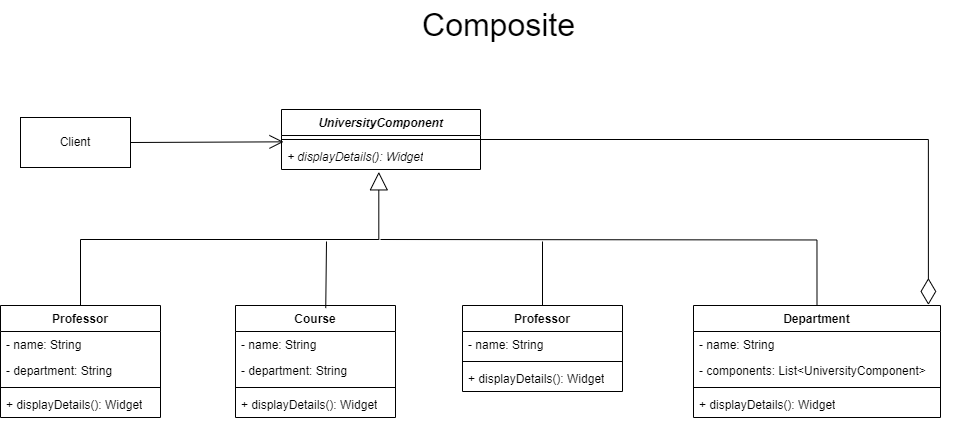
The draw.io diagram diagram.drawio.png in xiangxiang3451/OOAP_02, before a commit. Source tidied: cells renumbered, new cells last; positions are measured from the earlier drawing's top-left corner, leaving out a move shared by most shapes. The source it was exported from:
```xml
<mxGraphModel>
  <root>
    <mxCell id="0" />
    <mxCell id="1" parent="0" />
    <mxCell id="2" value="&lt;i&gt;UniversityComponent&lt;/i&gt;" style="swimlane;fontStyle=1;align=center;verticalAlign=top;horizontal=1;startSize=26;whiteSpace=wrap;html=1;" parent="1" vertex="1">
      <mxGeometry x="281" y="109" width="199" height="60" as="geometry" />
    </mxCell>
    <mxCell id="3" style="line;strokeWidth=1;fillColor=none;align=left;verticalAlign=middle;spacingTop=-1;spacingLeft=3;spacingRight=3;labelPosition=right;strokeColor=inherit;" parent="2" vertex="1">
      <mxGeometry y="26" width="199" height="8" as="geometry" />
    </mxCell>
    <mxCell id="4" value="&lt;i&gt;+ displayDetails(): Widget&lt;/i&gt;" style="text;strokeColor=none;fillColor=none;align=left;verticalAlign=top;spacingLeft=4;spacingRight=4;overflow=hidden;points=[[0,0.5],[1,0.5]];portConstraint=eastwest;whiteSpace=wrap;html=1;" parent="2" vertex="1">
      <mxGeometry y="34" width="199" height="26" as="geometry" />
    </mxCell>
    <mxCell id="5" value="Client" style="html=1;whiteSpace=wrap;" parent="1" vertex="1">
      <mxGeometry x="20" y="117" width="110" height="50" as="geometry" />
    </mxCell>
    <mxCell id="6" style="endArrow=open;endFill=1;endSize=12;html=1;rounded=0;fontSize=12;curved=1;entryX=0.01;entryY=-0.064;entryDx=0;entryDy=0;entryPerimeter=0;exitX=1;exitY=0.5;exitDx=0;exitDy=0;" parent="1" edge="1" source="5" target="4">
      <mxGeometry relative="1" as="geometry" />
    </mxCell>
    <mxCell id="7" value="Professor" style="swimlane;fontStyle=1;align=center;verticalAlign=top;horizontal=1;startSize=26;whiteSpace=wrap;html=1;" parent="1" vertex="1">
      <mxGeometry y="305" width="160" height="112" as="geometry" />
    </mxCell>
    <mxCell id="8" value="- name: String" style="text;strokeColor=none;fillColor=none;align=left;verticalAlign=top;spacingLeft=4;spacingRight=4;overflow=hidden;whiteSpace=wrap;html=1;" parent="7" vertex="1">
      <mxGeometry y="26" width="160" height="26" as="geometry" />
    </mxCell>
    <mxCell id="9" value="- department: String" style="text;strokeColor=none;fillColor=none;align=left;verticalAlign=top;spacingLeft=4;spacingRight=4;overflow=hidden;whiteSpace=wrap;html=1;" parent="7" vertex="1">
      <mxGeometry y="52" width="160" height="26" as="geometry" />
    </mxCell>
    <mxCell id="10" style="line;strokeWidth=1;fillColor=none;align=left;verticalAlign=middle;spacingTop=-1;spacingLeft=3;spacingRight=3;labelPosition=right;strokeColor=inherit;" parent="7" vertex="1">
      <mxGeometry y="78" width="160" height="8" as="geometry" />
    </mxCell>
    <mxCell id="11" value="+ displayDetails(): Widget" style="text;strokeColor=none;fillColor=none;align=left;verticalAlign=top;spacingLeft=4;spacingRight=4;overflow=hidden;whiteSpace=wrap;html=1;" parent="7" vertex="1">
      <mxGeometry y="86" width="160" height="26" as="geometry" />
    </mxCell>
    <mxCell id="12" value="Course" style="swimlane;fontStyle=1;align=center;verticalAlign=top;horizontal=1;startSize=26;whiteSpace=wrap;html=1;" parent="1" vertex="1">
      <mxGeometry x="235" y="305" width="160" height="112" as="geometry" />
    </mxCell>
    <mxCell id="13" value="- name: String" style="text;strokeColor=none;fillColor=none;align=left;verticalAlign=top;spacingLeft=4;spacingRight=4;overflow=hidden;whiteSpace=wrap;html=1;" parent="12" vertex="1">
      <mxGeometry y="26" width="160" height="26" as="geometry" />
    </mxCell>
    <mxCell id="14" value="- department: String" style="text;strokeColor=none;fillColor=none;align=left;verticalAlign=top;spacingLeft=4;spacingRight=4;overflow=hidden;whiteSpace=wrap;html=1;" parent="12" vertex="1">
      <mxGeometry y="52" width="160" height="26" as="geometry" />
    </mxCell>
    <mxCell id="15" style="line;strokeWidth=1;fillColor=none;align=left;verticalAlign=middle;spacingTop=-1;spacingLeft=3;spacingRight=3;labelPosition=right;strokeColor=inherit;" parent="12" vertex="1">
      <mxGeometry y="78" width="160" height="8" as="geometry" />
    </mxCell>
    <mxCell id="16" value="+ displayDetails(): Widget" style="text;strokeColor=none;fillColor=none;align=left;verticalAlign=top;spacingLeft=4;spacingRight=4;overflow=hidden;whiteSpace=wrap;html=1;" parent="12" vertex="1">
      <mxGeometry y="86" width="160" height="26" as="geometry" />
    </mxCell>
    <mxCell id="17" value="Professor" style="swimlane;fontStyle=1;align=center;verticalAlign=top;horizontal=1;startSize=26;whiteSpace=wrap;html=1;" parent="1" vertex="1">
      <mxGeometry x="462" y="305" width="160" height="86" as="geometry" />
    </mxCell>
    <mxCell id="18" value="- name: String" style="text;strokeColor=none;fillColor=none;align=left;verticalAlign=top;spacingLeft=4;spacingRight=4;overflow=hidden;whiteSpace=wrap;html=1;" parent="17" vertex="1">
      <mxGeometry y="26" width="160" height="26" as="geometry" />
    </mxCell>
    <mxCell id="19" style="line;strokeWidth=1;fillColor=none;align=left;verticalAlign=middle;spacingTop=-1;spacingLeft=3;spacingRight=3;labelPosition=right;strokeColor=inherit;" parent="17" vertex="1">
      <mxGeometry y="52" width="160" height="8" as="geometry" />
    </mxCell>
    <mxCell id="20" value="+ displayDetails(): Widget" style="text;strokeColor=none;fillColor=none;align=left;verticalAlign=top;spacingLeft=4;spacingRight=4;overflow=hidden;whiteSpace=wrap;html=1;" parent="17" vertex="1">
      <mxGeometry y="60" width="160" height="26" as="geometry" />
    </mxCell>
    <mxCell id="21" value="Department" style="swimlane;fontStyle=1;align=center;verticalAlign=top;horizontal=1;startSize=26;whiteSpace=wrap;html=1;" parent="1" vertex="1">
      <mxGeometry x="693" y="305" width="247" height="112" as="geometry" />
    </mxCell>
    <mxCell id="22" value="- name: String" style="text;strokeColor=none;fillColor=none;align=left;verticalAlign=top;spacingLeft=4;spacingRight=4;overflow=hidden;whiteSpace=wrap;html=1;" parent="21" vertex="1">
      <mxGeometry y="26" width="247" height="26" as="geometry" />
    </mxCell>
    <mxCell id="23" value="- components: List&amp;lt;UniversityComponent&amp;gt;" style="text;strokeColor=none;fillColor=none;align=left;verticalAlign=top;spacingLeft=4;spacingRight=4;overflow=hidden;whiteSpace=wrap;html=1;" parent="21" vertex="1">
      <mxGeometry y="52" width="247" height="26" as="geometry" />
    </mxCell>
    <mxCell id="24" style="line;strokeWidth=1;fillColor=none;align=left;verticalAlign=middle;spacingTop=-1;spacingLeft=3;spacingRight=3;labelPosition=right;strokeColor=inherit;" parent="21" vertex="1">
      <mxGeometry y="78" width="247" height="8" as="geometry" />
    </mxCell>
    <mxCell id="25" value="+ displayDetails(): Widget" style="text;strokeColor=none;fillColor=none;align=left;verticalAlign=top;spacingLeft=4;spacingRight=4;overflow=hidden;whiteSpace=wrap;html=1;" parent="21" vertex="1">
      <mxGeometry y="86" width="247" height="26" as="geometry" />
    </mxCell>
    <mxCell id="26" style="endArrow=block;endSize=16;endFill=0;html=1;rounded=0;fontSize=12;entryX=0.489;entryY=1.09;entryDx=0;entryDy=0;entryPerimeter=0;exitX=0.5;exitY=0;exitDx=0;exitDy=0;edgeStyle=elbowEdgeStyle;elbow=vertical;" parent="1" edge="1" source="7" target="4">
      <mxGeometry x="1" y="-157" relative="1" as="geometry">
        <Array as="points">
          <mxPoint x="335" y="239" />
          <mxPoint x="319" y="237" />
          <mxPoint x="315" y="239" />
          <mxPoint x="304" y="240" />
        </Array>
        <mxPoint x="157" y="-146" as="offset" />
      </mxGeometry>
    </mxCell>
    <mxCell id="27" style="endArrow=none;html=1;rounded=0;fontSize=12;startSize=8;endSize=8;entryX=0.5;entryY=0;entryDx=0;entryDy=0;edgeStyle=orthogonalEdgeStyle;" parent="1" edge="1" target="21">
      <mxGeometry relative="1" as="geometry">
        <mxPoint x="380" y="239" as="sourcePoint" />
      </mxGeometry>
    </mxCell>
    <mxCell id="28" style="endArrow=none;html=1;rounded=0;fontSize=12;startSize=8;endSize=8;curved=1;entryX=0.564;entryY=0.023;entryDx=0;entryDy=0;entryPerimeter=0;" parent="1" edge="1" target="12">
      <mxGeometry relative="1" as="geometry">
        <mxPoint x="326" y="241" as="sourcePoint" />
      </mxGeometry>
    </mxCell>
    <mxCell id="29" style="endArrow=none;html=1;rounded=0;fontSize=12;startSize=8;endSize=8;curved=1;entryX=0.5;entryY=0;entryDx=0;entryDy=0;" parent="1" edge="1" target="17">
      <mxGeometry relative="1" as="geometry">
        <mxPoint x="542" y="241" as="sourcePoint" />
      </mxGeometry>
    </mxCell>
    <mxCell id="30" style="endArrow=diamondThin;endFill=0;endSize=24;html=1;rounded=0;fontSize=12;exitX=1;exitY=0.5;exitDx=0;exitDy=0;entryX=0.951;entryY=-0.005;entryDx=0;entryDy=0;entryPerimeter=0;edgeStyle=orthogonalEdgeStyle;" parent="1" edge="1" source="2" target="21">
      <mxGeometry relative="1" as="geometry" />
    </mxCell>
    <mxCell id="31" value="&lt;font style=&quot;font-size: 32px;&quot;&gt;Composite&lt;/font&gt;" style="text;html=1;align=center;verticalAlign=middle;strokeColor=none;fillColor=none;fontSize=16;" parent="1" vertex="1">
      <mxGeometry x="412" width="171" height="50" as="geometry" />
    </mxCell>
  </root>
</mxGraphModel>
```
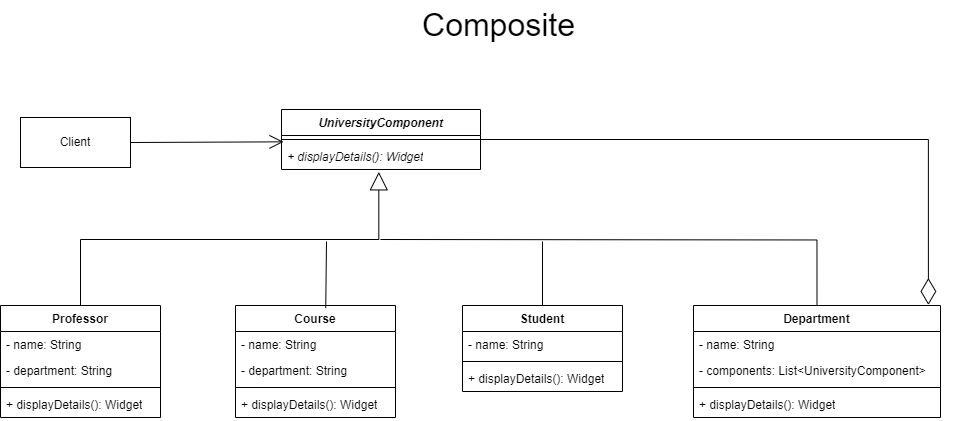
The same file after the commit.

Diff of the diagram source:
```diff
@@ -47,7 +47,7 @@
     <mxCell id="16" value="+ displayDetails(): Widget" style="text;strokeColor=none;fillColor=none;align=left;verticalAlign=top;spacingLeft=4;spacingRight=4;overflow=hidden;whiteSpace=wrap;html=1;" parent="12" vertex="1">
       <mxGeometry y="86" width="160" height="26" as="geometry" />
     </mxCell>
-    <mxCell id="17" value="Professor" style="swimlane;fontStyle=1;align=center;verticalAlign=top;horizontal=1;startSize=26;whiteSpace=wrap;html=1;" parent="1" vertex="1">
+    <mxCell id="17" value="Student" style="swimlane;fontStyle=1;align=center;verticalAlign=top;horizontal=1;startSize=26;whiteSpace=wrap;html=1;" parent="1" vertex="1">
       <mxGeometry x="462" y="305" width="160" height="86" as="geometry" />
     </mxCell>
     <mxCell id="18" value="- name: String" style="text;strokeColor=none;fillColor=none;align=left;verticalAlign=top;spacingLeft=4;spacingRight=4;overflow=hidden;whiteSpace=wrap;html=1;" parent="17" vertex="1">
```
